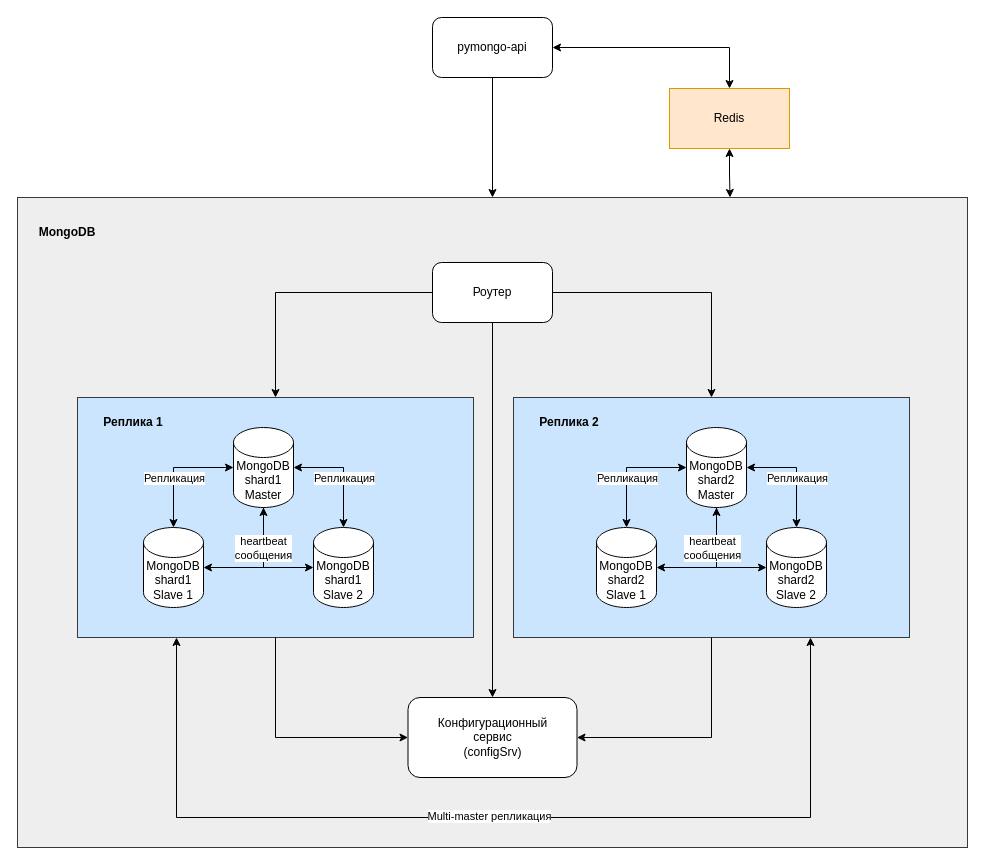
Above: page "MongoDBCache" (5 of 5) of task1.drawio in AKolmakovV/architecture-sprint-2 (draw.io), before the change. Source tidied: cells renumbered, new cells numbered last; positions are measured from the earlier drawing's top-left corner, leaving out a move shared by most shapes. Both pictures are drawn from the tidied source at 100%, with x=0, y=0 at pixel (17, 17).
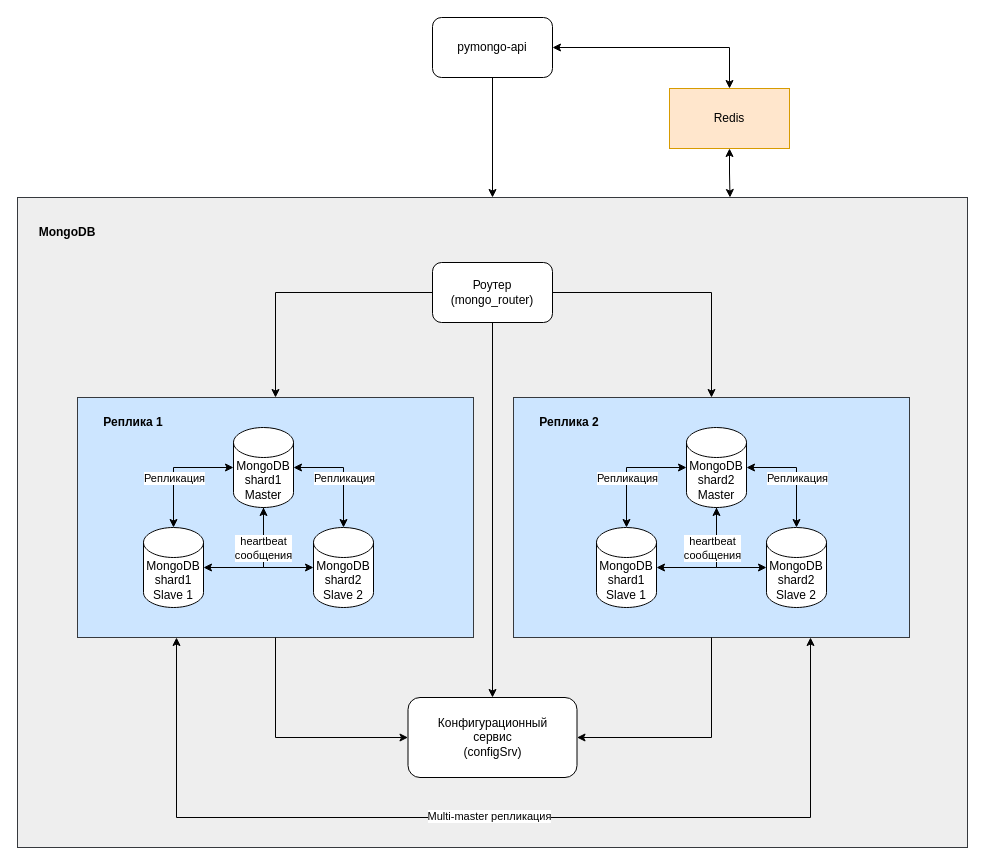
The same page after the edit.

The change refers to these unchanged cells:
```xml
<mxCell id="12" style="group;" parent="1" vertex="1">
  <mxGeometry x="60" y="380" width="832" height="240" as="geometry" />
</mxCell>
```

Change to the diagram source:
```diff
@@
-    <mxCell id="10" value="Роутер" style="rounded=1;whiteSpace=wrap;html=1;" parent="1" vertex="1">
+    <mxCell id="10" value="Роутер&lt;div&gt;(mongo_router)&lt;/div&gt;" style="rounded=1;whiteSpace=wrap;html=1;" parent="1" vertex="1">
       <mxGeometry x="415" y="245" width="120" height="60" as="geometry" />
     </mxCell>
@@
-    <mxCell id="24" value="MongoDB&lt;br&gt;shard1&lt;div&gt;Slave 2&lt;/div&gt;" style="shape=cylinder3;whiteSpace=wrap;html=1;boundedLbl=1;backgroundOutline=1;size=15;" parent="12" vertex="1">
+    <mxCell id="24" value="MongoDB&lt;br&gt;shard2&lt;div&gt;Slave 2&lt;/div&gt;" style="shape=cylinder3;whiteSpace=wrap;html=1;boundedLbl=1;backgroundOutline=1;size=15;" parent="12" vertex="1">
       <mxGeometry x="236" y="130" width="60" height="80" as="geometry" />
     </mxCell>
@@
-    <mxCell id="28" value="MongoDB&lt;br&gt;shard2&lt;div&gt;Slave 1&lt;/div&gt;" style="shape=cylinder3;whiteSpace=wrap;html=1;boundedLbl=1;backgroundOutline=1;size=15;" parent="12" vertex="1">
+    <mxCell id="28" value="MongoDB&lt;br&gt;shard1&lt;div&gt;Slave 1&lt;/div&gt;" style="shape=cylinder3;whiteSpace=wrap;html=1;boundedLbl=1;backgroundOutline=1;size=15;" parent="12" vertex="1">
       <mxGeometry x="519" y="130" width="60" height="80" as="geometry" />
     </mxCell>
```
